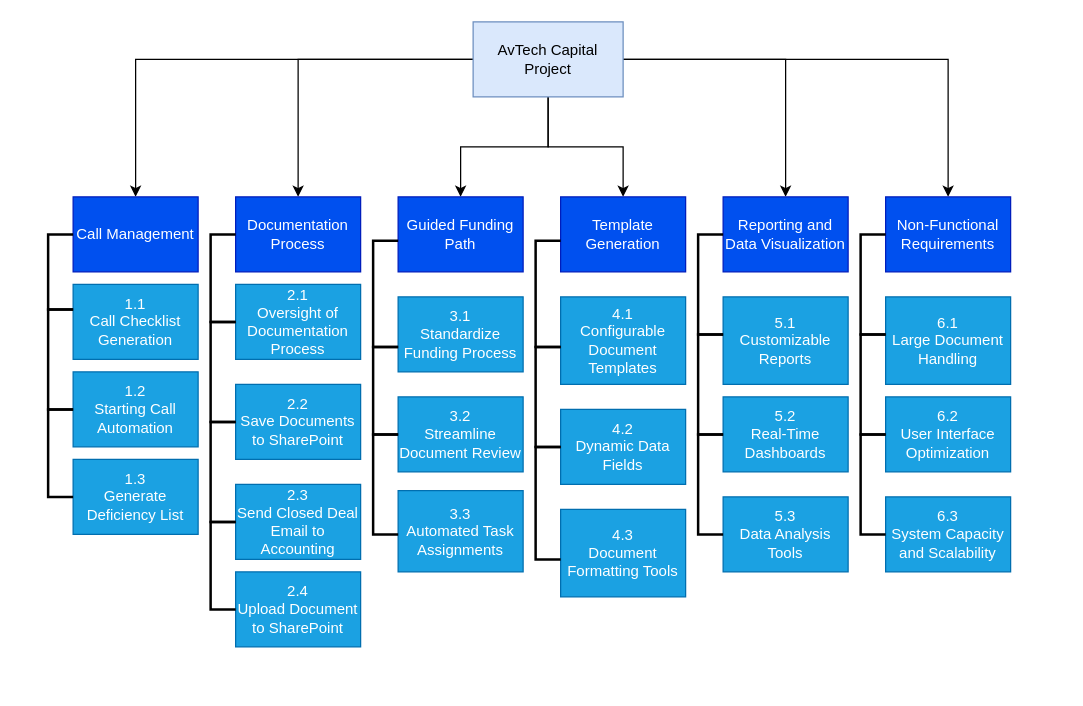
Earlier version of the draw.io diagram WBS for Analysis and Design.drawio (lkingl123/About-Me). Source tidied: cells renumbered, new cells numbered last; positions are measured from the earlier drawing's top-left corner, leaving out a move shared by most shapes. Both pictures are drawn from the tidied source at 125%, with x=0, y=0 at pixel (48, 21).
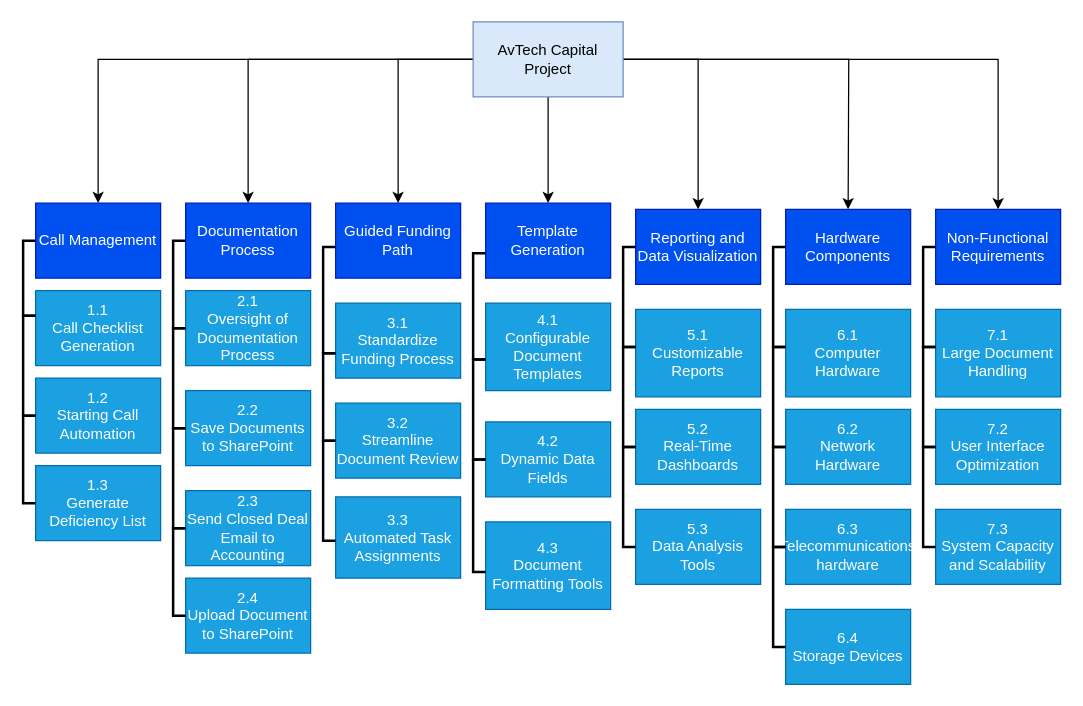
Above is the later version.

The change refers to these unchanged cells:
```xml
<mxCell id="8" value="AvTech Capital Project" style="rounded=0;whiteSpace=wrap;html=1;fillColor=#dae8fc;strokeColor=#6c8ebf;" parent="1" vertex="1">
  <mxGeometry x="340" width="120" height="60" as="geometry" />
</mxCell>
```

Diff of the diagram source:
```diff
@@
+    <mxCell id="53" style="edgeStyle=orthogonalEdgeStyle;rounded=0;jettySize=auto;html=1;" parent="1" edge="1" source="8">
+      <mxGeometry relative="1" as="geometry">
+        <mxPoint x="640" y="150" as="targetPoint" />
+      </mxGeometry>
+    </mxCell>
@@
     <mxCell id="9" value="Call Management" style="whiteSpace=wrap;html=1;fillColor=#0050ef;fontColor=#ffffff;strokeColor=#001DBC;" parent="1" vertex="1">
-      <mxGeometry x="20" y="140" width="100" height="60" as="geometry" />
+      <mxGeometry x="-10" y="145" width="100" height="60" as="geometry" />
     </mxCell>
     <mxCell id="10" value="Documentation Process" style="whiteSpace=wrap;html=1;fillColor=#0050ef;fontColor=#ffffff;strokeColor=#001DBC;" parent="1" vertex="1">
-      <mxGeometry x="150" y="140" width="100" height="60" as="geometry" />
+      <mxGeometry x="110" y="145" width="100" height="60" as="geometry" />
     </mxCell>
     <mxCell id="11" value="Guided Funding Path" style="whiteSpace=wrap;html=1;fillColor=#0050ef;fontColor=#ffffff;strokeColor=#001DBC;" parent="1" vertex="1">
-      <mxGeometry x="280" y="140" width="100" height="60" as="geometry" />
+      <mxGeometry x="230" y="145" width="100" height="60" as="geometry" />
     </mxCell>
     <mxCell id="12" value="Reporting and Data Visualization" style="whiteSpace=wrap;html=1;fillColor=#0050ef;fontColor=#ffffff;strokeColor=#001DBC;" parent="1" vertex="1">
-      <mxGeometry x="540" y="140" width="100" height="60" as="geometry" />
+      <mxGeometry x="470" y="150" width="100" height="60" as="geometry" />
     </mxCell>
     <mxCell id="13" value="5.1&lt;br&gt;Customizable Reports" style="whiteSpace=wrap;html=1;fillColor=#1ba1e2;fontColor=#ffffff;strokeColor=#006EAF;" parent="1" vertex="1">
-      <mxGeometry x="540" y="220" width="100" height="70" as="geometry" />
+      <mxGeometry x="470" y="230" width="100" height="70" as="geometry" />
     </mxCell>
     <mxCell id="14" value="5.2&lt;br&gt;Real-Time Dashboards" style="whiteSpace=wrap;html=1;fillColor=#1ba1e2;fontColor=#ffffff;strokeColor=#006EAF;" parent="1" vertex="1">
-      <mxGeometry x="540" y="300" width="100" height="60" as="geometry" />
+      <mxGeometry x="470" y="310" width="100" height="60" as="geometry" />
     </mxCell>
     <mxCell id="15" value="3.1&lt;br&gt;Standardize Funding Process" style="whiteSpace=wrap;html=1;fillColor=#1ba1e2;fontColor=#ffffff;strokeColor=#006EAF;" parent="1" vertex="1">
-      <mxGeometry x="280" y="220" width="100" height="60" as="geometry" />
+      <mxGeometry x="230" y="225" width="100" height="60" as="geometry" />
     </mxCell>
     <mxCell id="16" value="3.2&lt;br&gt;Streamline Document Review" style="whiteSpace=wrap;html=1;fillColor=#1ba1e2;fontColor=#ffffff;strokeColor=#006EAF;" parent="1" vertex="1">
-      <mxGeometry x="280" y="300" width="100" height="60" as="geometry" />
+      <mxGeometry x="230" y="305" width="100" height="60" as="geometry" />
     </mxCell>
     <mxCell id="17" value="3.3&lt;br&gt;Automated Task Assignments" style="whiteSpace=wrap;html=1;fillColor=#1ba1e2;fontColor=#ffffff;strokeColor=#006EAF;" parent="1" vertex="1">
-      <mxGeometry x="280" y="375" width="100" height="65" as="geometry" />
+      <mxGeometry x="230" y="380" width="100" height="65" as="geometry" />
     </mxCell>
     <mxCell id="18" value="2.1&lt;br&gt;Oversight of Documentation Process" style="whiteSpace=wrap;html=1;fillColor=#1ba1e2;fontColor=#ffffff;strokeColor=#006EAF;" parent="1" vertex="1">
-      <mxGeometry x="150" y="210" width="100" height="60" as="geometry" />
+      <mxGeometry x="110" y="215" width="100" height="60" as="geometry" />
     </mxCell>
     <mxCell id="19" value="2.2&lt;br&gt;Save Documents to SharePoint" style="whiteSpace=wrap;html=1;fillColor=#1ba1e2;fontColor=#ffffff;strokeColor=#006EAF;" parent="1" vertex="1">
-      <mxGeometry x="150" y="290" width="100" height="60" as="geometry" />
+      <mxGeometry x="110" y="295" width="100" height="60" as="geometry" />
     </mxCell>
     <mxCell id="20" value="1.1&lt;br&gt;Call Checklist Generation" style="whiteSpace=wrap;html=1;fillColor=#1ba1e2;fontColor=#ffffff;strokeColor=#006EAF;" parent="1" vertex="1">
-      <mxGeometry x="20" y="210" width="100" height="60" as="geometry" />
+      <mxGeometry x="-10" y="215" width="100" height="60" as="geometry" />
     </mxCell>
     <mxCell id="21" value="1.2&lt;br&gt;Starting Call Automation" style="whiteSpace=wrap;html=1;fillColor=#1ba1e2;fontColor=#ffffff;strokeColor=#006EAF;" parent="1" vertex="1">
-      <mxGeometry x="20" y="280" width="100" height="60" as="geometry" />
+      <mxGeometry x="-10" y="285" width="100" height="60" as="geometry" />
     </mxCell>
     <mxCell id="22" value="1.3&lt;br&gt;Generate Deficiency List" style="whiteSpace=wrap;html=1;fillColor=#1ba1e2;fontColor=#ffffff;strokeColor=#006EAF;" parent="1" vertex="1">
-      <mxGeometry x="20" y="350" width="100" height="60" as="geometry" />
+      <mxGeometry x="-10" y="355" width="100" height="60" as="geometry" />
     </mxCell>
     <mxCell id="23" style="strokeWidth=2;html=1;shape=mxgraph.flowchart.annotation_1;align=left;" parent="1" vertex="1">
-      <mxGeometry y="170" width="20" height="60" as="geometry" />
+      <mxGeometry x="-20" y="175" width="10" height="60" as="geometry" />
     </mxCell>
     <mxCell id="24" style="strokeWidth=2;html=1;shape=mxgraph.flowchart.annotation_1;align=left;" parent="1" vertex="1">
-      <mxGeometry y="230" width="20" height="80" as="geometry" />
+      <mxGeometry x="-20" y="235" width="10" height="80" as="geometry" />
     </mxCell>
     <mxCell id="25" style="strokeWidth=2;html=1;shape=mxgraph.flowchart.annotation_1;align=left;" parent="1" vertex="1">
-      <mxGeometry y="310" width="20" height="70" as="geometry" />
+      <mxGeometry x="-20" y="315" width="10" height="70" as="geometry" />
     </mxCell>
     <mxCell id="26" style="strokeWidth=2;html=1;shape=mxgraph.flowchart.annotation_1;align=left;" parent="1" vertex="1">
-      <mxGeometry x="130" y="170" width="20" height="70" as="geometry" />
+      <mxGeometry x="100" y="175" width="10" height="70" as="geometry" />
     </mxCell>
     <mxCell id="27" style="strokeWidth=2;html=1;shape=mxgraph.flowchart.annotation_1;align=left;" parent="1" vertex="1">
-      <mxGeometry x="130" y="240" width="20" height="80" as="geometry" />
+      <mxGeometry x="100" y="245" width="10" height="80" as="geometry" />
     </mxCell>
     <mxCell id="28" style="strokeWidth=2;html=1;shape=mxgraph.flowchart.annotation_1;align=left;" parent="1" vertex="1">
-      <mxGeometry x="260" y="175" width="20" height="85" as="geometry" />
+      <mxGeometry x="220" y="180" width="10" height="85" as="geometry" />
     </mxCell>
     <mxCell id="29" style="strokeWidth=2;html=1;shape=mxgraph.flowchart.annotation_1;align=left;" parent="1" vertex="1">
-      <mxGeometry x="260" y="260" width="20" height="70" as="geometry" />
+      <mxGeometry x="220" y="265" width="10" height="70" as="geometry" />
     </mxCell>
     <mxCell id="30" style="strokeWidth=2;html=1;shape=mxgraph.flowchart.annotation_1;align=left;" parent="1" vertex="1">
-      <mxGeometry x="260" y="330" width="20" height="80" as="geometry" />
+      <mxGeometry x="220" y="335" width="10" height="80" as="geometry" />
     </mxCell>
     <mxCell id="31" style="strokeWidth=2;html=1;shape=mxgraph.flowchart.annotation_1;align=left;" parent="1" vertex="1">
-      <mxGeometry x="520" y="170" width="20" height="80" as="geometry" />
+      <mxGeometry x="460" y="180" width="10" height="80" as="geometry" />
     </mxCell>
     <mxCell id="32" style="strokeWidth=2;html=1;shape=mxgraph.flowchart.annotation_1;align=left;" parent="1" vertex="1">
-      <mxGeometry x="520" y="250" width="20" height="80" as="geometry" />
+      <mxGeometry x="460" y="260" width="10" height="80" as="geometry" />
     </mxCell>
     <mxCell id="33" value="2.3&lt;br&gt;Send Closed Deal Email to Accounting" style="whiteSpace=wrap;html=1;fillColor=#1ba1e2;fontColor=#ffffff;strokeColor=#006EAF;" parent="1" vertex="1">
-      <mxGeometry x="150" y="370" width="100" height="60" as="geometry" />
+      <mxGeometry x="110" y="375" width="100" height="60" as="geometry" />
     </mxCell>
     <mxCell id="34" value="5.3&lt;br&gt;Data Analysis Tools" style="whiteSpace=wrap;html=1;fillColor=#1ba1e2;fontColor=#ffffff;strokeColor=#006EAF;" parent="1" vertex="1">
-      <mxGeometry x="540" y="380" width="100" height="60" as="geometry" />
+      <mxGeometry x="470" y="390" width="100" height="60" as="geometry" />
     </mxCell>
     <mxCell id="35" style="strokeWidth=2;html=1;shape=mxgraph.flowchart.annotation_1;align=left;" parent="1" vertex="1">
-      <mxGeometry x="520" y="330" width="20" height="80" as="geometry" />
+      <mxGeometry x="460" y="340" width="10" height="80" as="geometry" />
     </mxCell>
     <mxCell id="36" style="strokeWidth=2;html=1;shape=mxgraph.flowchart.annotation_1;align=left;" parent="1" vertex="1">
-      <mxGeometry x="130" y="320" width="20" height="80" as="geometry" />
+      <mxGeometry x="100" y="325" width="10" height="80" as="geometry" />
     </mxCell>
     <mxCell id="37" value="Template Generation" style="whiteSpace=wrap;html=1;fillColor=#0050ef;fontColor=#ffffff;strokeColor=#001DBC;" parent="1" vertex="1">
-      <mxGeometry x="410" y="140" width="100" height="60" as="geometry" />
+      <mxGeometry x="350" y="145" width="100" height="60" as="geometry" />
     </mxCell>
     <mxCell id="38" value="4.1&lt;br&gt;Configurable Document Templates" style="whiteSpace=wrap;html=1;fillColor=#1ba1e2;fontColor=#ffffff;strokeColor=#006EAF;" parent="1" vertex="1">
-      <mxGeometry x="410" y="220" width="100" height="70" as="geometry" />
+      <mxGeometry x="350" y="225" width="100" height="70" as="geometry" />
     </mxCell>
     <mxCell id="39" value="4.2&lt;br&gt;Dynamic Data Fields" style="whiteSpace=wrap;html=1;fillColor=#1ba1e2;fontColor=#ffffff;strokeColor=#006EAF;" parent="1" vertex="1">
-      <mxGeometry x="410" y="310" width="100" height="60" as="geometry" />
+      <mxGeometry x="350" y="320" width="100" height="60" as="geometry" />
     </mxCell>
     <mxCell id="40" value="4.3&lt;br&gt;Document Formatting Tools" style="whiteSpace=wrap;html=1;fillColor=#1ba1e2;fontColor=#ffffff;strokeColor=#006EAF;" parent="1" vertex="1">
-      <mxGeometry x="410" y="390" width="100" height="70" as="geometry" />
+      <mxGeometry x="350" y="400" width="100" height="70" as="geometry" />
     </mxCell>
     <mxCell id="41" style="strokeWidth=2;html=1;shape=mxgraph.flowchart.annotation_1;align=left;" parent="1" vertex="1">
-      <mxGeometry x="390" y="175" width="20" height="85" as="geometry" />
+      <mxGeometry x="340" y="185" width="10" height="85" as="geometry" />
     </mxCell>
     <mxCell id="42" style="strokeWidth=2;html=1;shape=mxgraph.flowchart.annotation_1;align=left;" parent="1" vertex="1">
-      <mxGeometry x="390" y="260" width="20" height="80" as="geometry" />
+      <mxGeometry x="340" y="270" width="10" height="80" as="geometry" />
     </mxCell>
     <mxCell id="43" style="strokeWidth=2;html=1;shape=mxgraph.flowchart.annotation_1;align=left;" parent="1" vertex="1">
-      <mxGeometry x="390" y="340" width="20" height="90" as="geometry" />
+      <mxGeometry x="340" y="350" width="10" height="90" as="geometry" />
     </mxCell>
     <mxCell id="44" value="Non-Functional Requirements" style="whiteSpace=wrap;html=1;fillColor=#0050ef;fontColor=#ffffff;strokeColor=#001DBC;" parent="1" vertex="1">
-      <mxGeometry x="670" y="140" width="100" height="60" as="geometry" />
+      <mxGeometry x="710" y="150" width="100" height="60" as="geometry" />
     </mxCell>
-    <mxCell id="45" value="6.1&lt;br&gt;Large Document Handling" style="whiteSpace=wrap;html=1;fillColor=#1ba1e2;fontColor=#ffffff;strokeColor=#006EAF;" parent="1" vertex="1">
-      <mxGeometry x="670" y="220" width="100" height="70" as="geometry" />
+    <mxCell id="45" value="7.1&lt;br&gt;Large Document Handling" style="whiteSpace=wrap;html=1;fillColor=#1ba1e2;fontColor=#ffffff;strokeColor=#006EAF;" parent="1" vertex="1">
+      <mxGeometry x="710" y="230" width="100" height="70" as="geometry" />
     </mxCell>
-    <mxCell id="46" value="6.2&lt;br&gt;User Interface&lt;br&gt;Optimization" style="whiteSpace=wrap;html=1;fillColor=#1ba1e2;fontColor=#ffffff;strokeColor=#006EAF;" parent="1" vertex="1">
-      <mxGeometry x="670" y="300" width="100" height="60" as="geometry" />
+    <mxCell id="46" value="7.2&lt;br&gt;User Interface&lt;br&gt;Optimization" style="whiteSpace=wrap;html=1;fillColor=#1ba1e2;fontColor=#ffffff;strokeColor=#006EAF;" parent="1" vertex="1">
+      <mxGeometry x="710" y="310" width="100" height="60" as="geometry" />
     </mxCell>
     <mxCell id="47" style="strokeWidth=2;html=1;shape=mxgraph.flowchart.annotation_1;align=left;" parent="1" vertex="1">
-      <mxGeometry x="650" y="170" width="20" height="80" as="geometry" />
+      <mxGeometry x="700" y="180" width="10" height="80" as="geometry" />
     </mxCell>
     <mxCell id="48" style="strokeWidth=2;html=1;shape=mxgraph.flowchart.annotation_1;align=left;" parent="1" vertex="1">
-      <mxGeometry x="650" y="250" width="20" height="80" as="geometry" />
+      <mxGeometry x="700" y="260" width="10" height="80" as="geometry" />
     </mxCell>
-    <mxCell id="49" value="6.3&lt;br&gt;System Capacity and Scalability" style="whiteSpace=wrap;html=1;fillColor=#1ba1e2;fontColor=#ffffff;strokeColor=#006EAF;" parent="1" vertex="1">
-      <mxGeometry x="670" y="380" width="100" height="60" as="geometry" />
+    <mxCell id="49" value="7.3&lt;br&gt;System Capacity and Scalability" style="whiteSpace=wrap;html=1;fillColor=#1ba1e2;fontColor=#ffffff;strokeColor=#006EAF;" parent="1" vertex="1">
+      <mxGeometry x="710" y="390" width="100" height="60" as="geometry" />
     </mxCell>
     <mxCell id="50" style="strokeWidth=2;html=1;shape=mxgraph.flowchart.annotation_1;align=left;" parent="1" vertex="1">
-      <mxGeometry x="650" y="330" width="20" height="80" as="geometry" />
+      <mxGeometry x="700" y="340" width="10" height="80" as="geometry" />
     </mxCell>
     <mxCell id="51" value="2.4&lt;br&gt;Upload Document to SharePoint" style="whiteSpace=wrap;html=1;fillColor=#1ba1e2;fontColor=#ffffff;strokeColor=#006EAF;" parent="1" vertex="1">
-      <mxGeometry x="150" y="440" width="100" height="60" as="geometry" />
+      <mxGeometry x="110" y="445" width="100" height="60" as="geometry" />
     </mxCell>
     <mxCell id="52" style="strokeWidth=2;html=1;shape=mxgraph.flowchart.annotation_1;align=left;" parent="1" vertex="1">
-      <mxGeometry x="130" y="400" width="20" height="70" as="geometry" />
+      <mxGeometry x="100" y="405" width="10" height="70" as="geometry" />
     </mxCell>
+    <mxCell id="54" value="Hardware Components" style="whiteSpace=wrap;html=1;fillColor=#0050ef;fontColor=#ffffff;strokeColor=#001DBC;" parent="1" vertex="1">
+      <mxGeometry x="590" y="150" width="100" height="60" as="geometry" />
+    </mxCell>
+    <mxCell id="55" value="6.1&lt;br&gt;Computer Hardware" style="whiteSpace=wrap;html=1;fillColor=#1ba1e2;fontColor=#ffffff;strokeColor=#006EAF;" parent="1" vertex="1">
+      <mxGeometry x="590" y="230" width="100" height="70" as="geometry" />
+    </mxCell>
+    <mxCell id="56" value="6.2&lt;br&gt;Network&lt;br&gt;Hardware" style="whiteSpace=wrap;html=1;fillColor=#1ba1e2;fontColor=#ffffff;strokeColor=#006EAF;" parent="1" vertex="1">
+      <mxGeometry x="590" y="310" width="100" height="60" as="geometry" />
+    </mxCell>
+    <mxCell id="57" style="strokeWidth=2;html=1;shape=mxgraph.flowchart.annotation_1;align=left;" parent="1" vertex="1">
+      <mxGeometry x="580" y="180" width="10" height="80" as="geometry" />
+    </mxCell>
+    <mxCell id="58" style="strokeWidth=2;html=1;shape=mxgraph.flowchart.annotation_1;align=left;" parent="1" vertex="1">
+      <mxGeometry x="580" y="260" width="10" height="80" as="geometry" />
+    </mxCell>
+    <mxCell id="59" value="6.3&lt;br&gt;Telecommunications hardware" style="whiteSpace=wrap;html=1;fillColor=#1ba1e2;fontColor=#ffffff;strokeColor=#006EAF;" parent="1" vertex="1">
+      <mxGeometry x="590" y="390" width="100" height="60" as="geometry" />
+    </mxCell>
+    <mxCell id="60" style="strokeWidth=2;html=1;shape=mxgraph.flowchart.annotation_1;align=left;" parent="1" vertex="1">
+      <mxGeometry x="580" y="340" width="10" height="80" as="geometry" />
+    </mxCell>
+    <mxCell id="61" value="6.4&lt;br&gt;Storage Devices" style="whiteSpace=wrap;html=1;fillColor=#1ba1e2;fontColor=#ffffff;strokeColor=#006EAF;" parent="1" vertex="1">
+      <mxGeometry x="590" y="470" width="100" height="60" as="geometry" />
+    </mxCell>
+    <mxCell id="62" style="strokeWidth=2;html=1;shape=mxgraph.flowchart.annotation_1;align=left;" parent="1" vertex="1">
+      <mxGeometry x="580" y="420" width="10" height="80" as="geometry" />
+    </mxCell>
```
